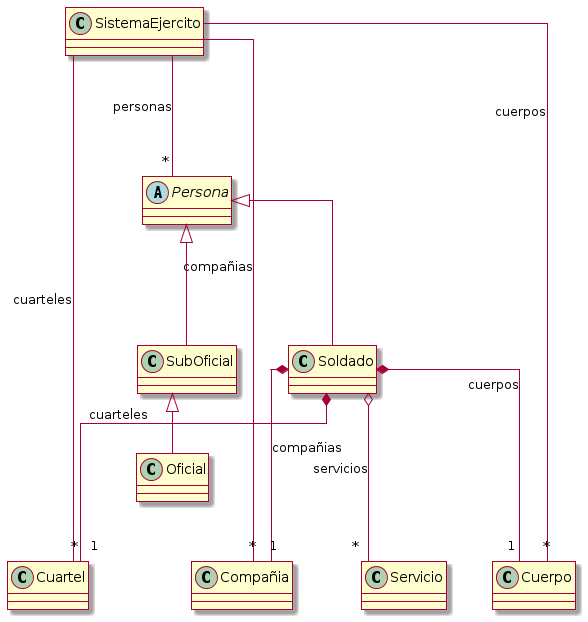
Earlier version of the PlantUML export Ejercito/diagramas/casos de usoV2.png (De1t4/ejercito-proyecto).
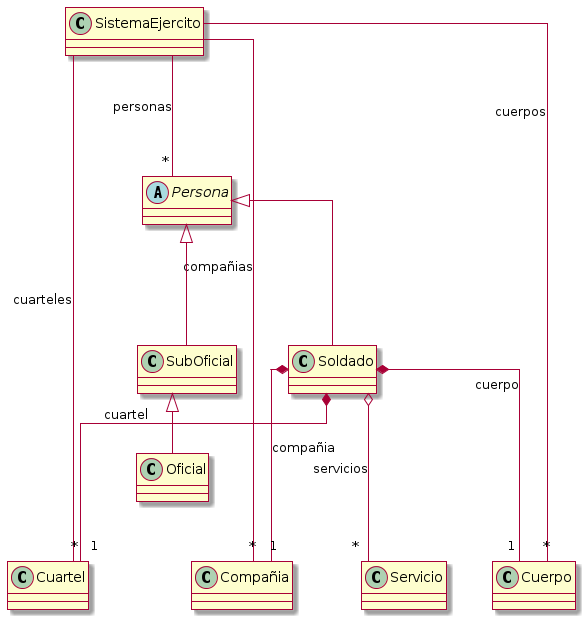
After the change.

Diff of the diagram source:
```diff
@@ -6,7 +6,6 @@
 }
 
 class Soldado {
-
 }
 
 class SubOficial {
@@ -45,8 +44,8 @@
 Soldado  o--- "*" Servicio: servicios
 Persona <|--- Soldado
 Persona <|--- SubOficial
-Soldado *--- "1" Cuartel: cuarteles
-Soldado  *--- "1" Compañia: compañias
-Soldado  *--- "1" Cuerpo: cuerpos
+Soldado *--- "1" Cuartel: cuartel
+Soldado  *--- "1" Compañia: compañia
+Soldado  *--- "1" Cuerpo: cuerpo
 SubOficial <|-- Oficial
 @enduml
```
